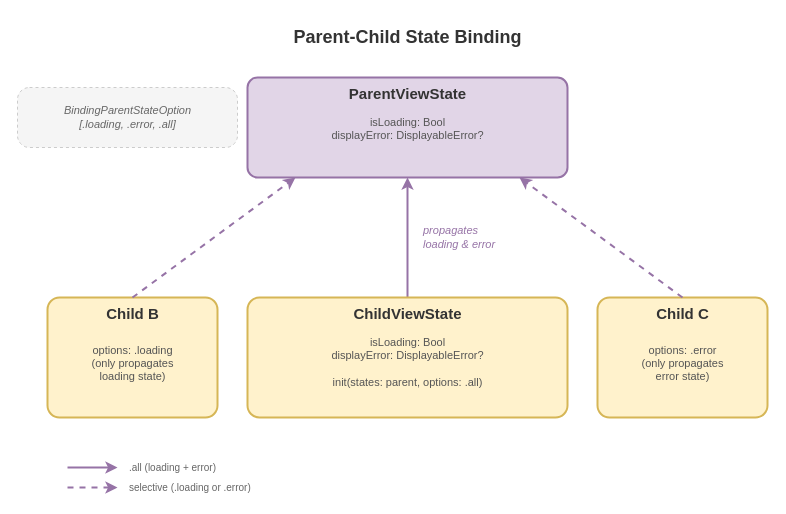
Above: docs/images/parent-child-binding.drawio in anthony1810/ScreenStateKit (draw.io), before the change. Source tidied: cells renumbered, new cells numbered last; positions are measured from the earlier drawing's top-left corner, leaving out a move shared by most shapes. Both pictures are drawn from the tidied source at 100%, with x=0, y=0 at pixel (17, 17).
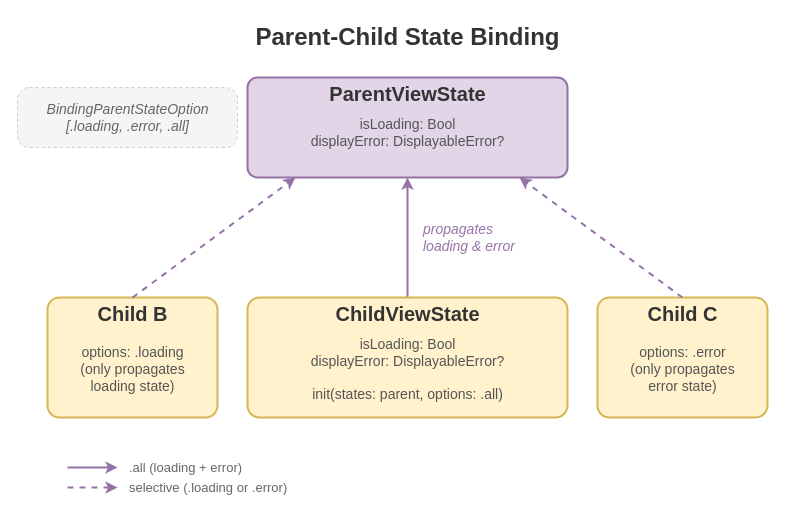
The same page after the edit.

Diff of the diagram source:
```diff
@@
-    <mxCell id="2" value="Parent-Child State Binding" style="text;html=1;fontSize=18;fontStyle=1;align=center;verticalAlign=middle;fillColor=none;strokeColor=none;fontColor=#333333;" parent="1" vertex="1">
+    <mxCell id="2" value="Parent-Child State Binding" style="text;html=1;fontSize=24;fontStyle=1;align=center;verticalAlign=middle;fillColor=none;strokeColor=none;fontColor=#333333;" parent="1" vertex="1">
       <mxGeometry x="140" width="500" height="40" as="geometry" />
     </mxCell>
@@
-    <mxCell id="4" value="ParentViewState" style="text;html=1;fontSize=15;fontStyle=1;align=center;verticalAlign=middle;fillColor=none;strokeColor=none;fontColor=#333333;" parent="1" vertex="1">
+    <mxCell id="4" value="ParentViewState" style="text;html=1;fontSize=20;fontStyle=1;align=center;verticalAlign=middle;fillColor=none;strokeColor=none;fontColor=#333333;" parent="1" vertex="1">
       <mxGeometry x="300" y="62" width="180" height="28" as="geometry" />
     </mxCell>
-    <mxCell id="5" value="isLoading: Bool&#10;displayError: DisplayableError?" style="text;html=1;fontSize=11;align=center;verticalAlign=top;fillColor=none;strokeColor=none;fontColor=#555555;" parent="1" vertex="1">
+    <mxCell id="5" value="isLoading: Bool&#10;displayError: DisplayableError?" style="text;html=1;fontSize=14;align=center;verticalAlign=top;fillColor=none;strokeColor=none;fontColor=#555555;" parent="1" vertex="1">
       <mxGeometry x="270" y="92" width="240" height="50" as="geometry" />
     </mxCell>
@@
-    <mxCell id="7" value="BindingParentStateOption&#10;[.loading, .error, .all]" style="text;html=1;fontSize=11;fontStyle=2;align=center;verticalAlign=middle;fillColor=none;strokeColor=none;fontColor=#666666;" parent="1" vertex="1">
+    <mxCell id="7" value="BindingParentStateOption&#10;[.loading, .error, .all]" style="text;html=1;fontSize=14;fontStyle=2;align=center;verticalAlign=middle;fillColor=none;strokeColor=none;fontColor=#666666;" parent="1" vertex="1">
       <mxGeometry y="70" width="220" height="60" as="geometry" />
     </mxCell>
@@
-    <mxCell id="10" value="ChildViewState" style="text;html=1;fontSize=15;fontStyle=1;align=center;verticalAlign=middle;fillColor=none;strokeColor=none;fontColor=#333333;" parent="1" vertex="1">
+    <mxCell id="10" value="ChildViewState" style="text;html=1;fontSize=20;fontStyle=1;align=center;verticalAlign=middle;fillColor=none;strokeColor=none;fontColor=#333333;" parent="1" vertex="1">
       <mxGeometry x="310" y="282" width="160" height="28" as="geometry" />
     </mxCell>
-    <mxCell id="11" value="isLoading: Bool&#10;displayError: DisplayableError?&#10;&#10;init(states: parent, options: .all)" style="text;html=1;fontSize=11;align=center;verticalAlign=top;fillColor=none;strokeColor=none;fontColor=#555555;" parent="1" vertex="1">
+    <mxCell id="11" value="isLoading: Bool&#10;displayError: DisplayableError?&#10;&#10;init(states: parent, options: .all)" style="text;html=1;fontSize=14;align=center;verticalAlign=top;fillColor=none;strokeColor=none;fontColor=#555555;" parent="1" vertex="1">
       <mxGeometry x="260" y="312" width="260" height="70" as="geometry" />
     </mxCell>
-    <mxCell id="12" value="propagates&#10;loading &amp; error" style="text;html=1;fontSize=11;fontStyle=2;align=left;verticalAlign=middle;fillColor=none;strokeColor=none;fontColor=#9673a6;" parent="1" vertex="1">
+    <mxCell id="12" value="propagates&#10;loading &amp; error" style="text;html=1;fontSize=14;fontStyle=2;align=left;verticalAlign=middle;fillColor=none;strokeColor=none;fontColor=#9673a6;" parent="1" vertex="1">
       <mxGeometry x="404" y="200" width="110" height="40" as="geometry" />
     </mxCell>
@@
-    <mxCell id="14" value="Child B" style="text;html=1;fontSize=15;fontStyle=1;align=center;verticalAlign=middle;fillColor=none;strokeColor=none;fontColor=#333333;" parent="1" vertex="1">
+    <mxCell id="14" value="Child B" style="text;html=1;fontSize=20;fontStyle=1;align=center;verticalAlign=middle;fillColor=none;strokeColor=none;fontColor=#333333;" parent="1" vertex="1">
       <mxGeometry x="55" y="282" width="120" height="28" as="geometry" />
     </mxCell>
-    <mxCell id="15" value="options: .loading&#10;(only propagates&#10;loading state)" style="text;html=1;fontSize=11;align=center;verticalAlign=top;fillColor=none;strokeColor=none;fontColor=#555555;" parent="1" vertex="1">
+    <mxCell id="15" value="options: .loading&#10;(only propagates&#10;loading state)" style="text;html=1;fontSize=14;align=center;verticalAlign=top;fillColor=none;strokeColor=none;fontColor=#555555;" parent="1" vertex="1">
       <mxGeometry x="40" y="320" width="150" height="60" as="geometry" />
     </mxCell>
@@
-    <mxCell id="18" value="Child C" style="text;html=1;fontSize=15;fontStyle=1;align=center;verticalAlign=middle;fillColor=none;strokeColor=none;fontColor=#333333;" parent="1" vertex="1">
+    <mxCell id="18" value="Child C" style="text;html=1;fontSize=20;fontStyle=1;align=center;verticalAlign=middle;fillColor=none;strokeColor=none;fontColor=#333333;" parent="1" vertex="1">
       <mxGeometry x="605" y="282" width="120" height="28" as="geometry" />
     </mxCell>
-    <mxCell id="19" value="options: .error&#10;(only propagates&#10;error state)" style="text;html=1;fontSize=11;align=center;verticalAlign=top;fillColor=none;strokeColor=none;fontColor=#555555;" parent="1" vertex="1">
+    <mxCell id="19" value="options: .error&#10;(only propagates&#10;error state)" style="text;html=1;fontSize=14;align=center;verticalAlign=top;fillColor=none;strokeColor=none;fontColor=#555555;" parent="1" vertex="1">
       <mxGeometry x="590" y="320" width="150" height="60" as="geometry" />
     </mxCell>
@@
-    <mxCell id="22" value=".all (loading + error)" style="text;html=1;fontSize=10;align=left;verticalAlign=middle;fillColor=none;strokeColor=none;fontColor=#666666;" parent="1" vertex="1">
+    <mxCell id="22" value=".all (loading + error)" style="text;html=1;fontSize=13;align=left;verticalAlign=middle;fillColor=none;strokeColor=none;fontColor=#666666;" parent="1" vertex="1">
       <mxGeometry x="110" y="440" width="140" height="20" as="geometry" />
     </mxCell>
@@
-    <mxCell id="24" value="selective (.loading or .error)" style="text;html=1;fontSize=10;align=left;verticalAlign=middle;fillColor=none;strokeColor=none;fontColor=#666666;" parent="1" vertex="1">
+    <mxCell id="24" value="selective (.loading or .error)" style="text;html=1;fontSize=13;align=left;verticalAlign=middle;fillColor=none;strokeColor=none;fontColor=#666666;" parent="1" vertex="1">
       <mxGeometry x="110" y="460" width="180" height="20" as="geometry" />
     </mxCell>
```
